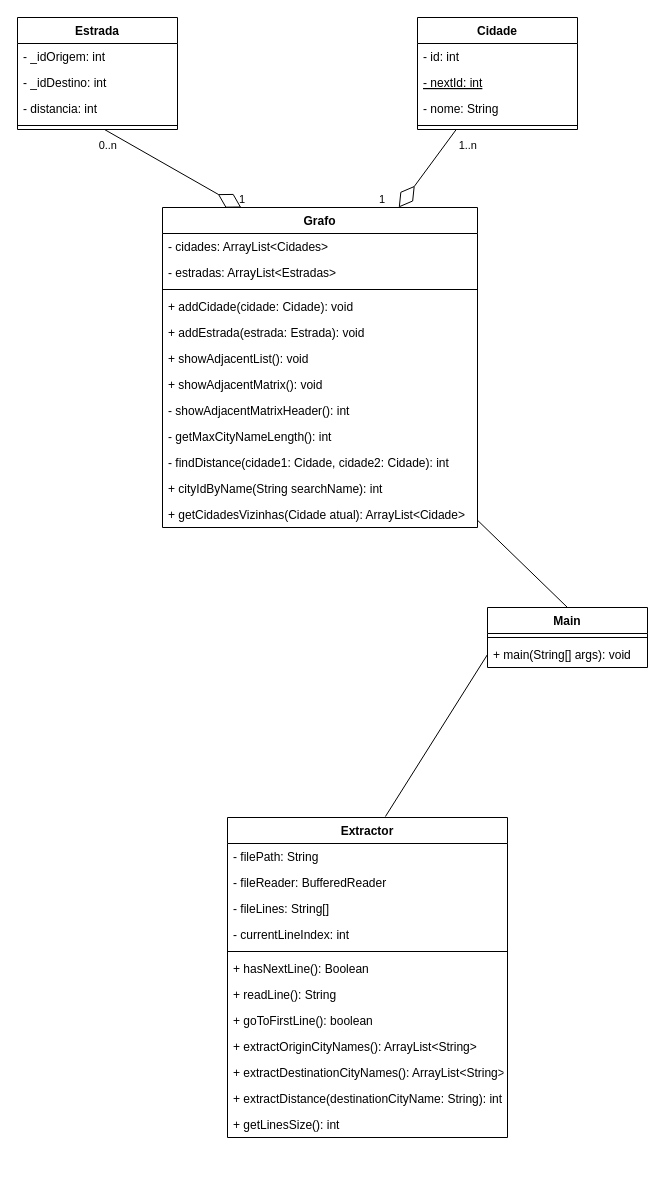
Earlier version of the draw.io diagram docs/diagramas/classDiagram.drawio (puc-aulas/lpm-noite-quarta-pl-PauloRubinger). Source tidied: cells renumbered, new cells numbered last; positions are measured from the earlier drawing's top-left corner, leaving out a move shared by most shapes. Both pictures are drawn from the tidied source at 100%, with x=0, y=0 at pixel (17, 17).
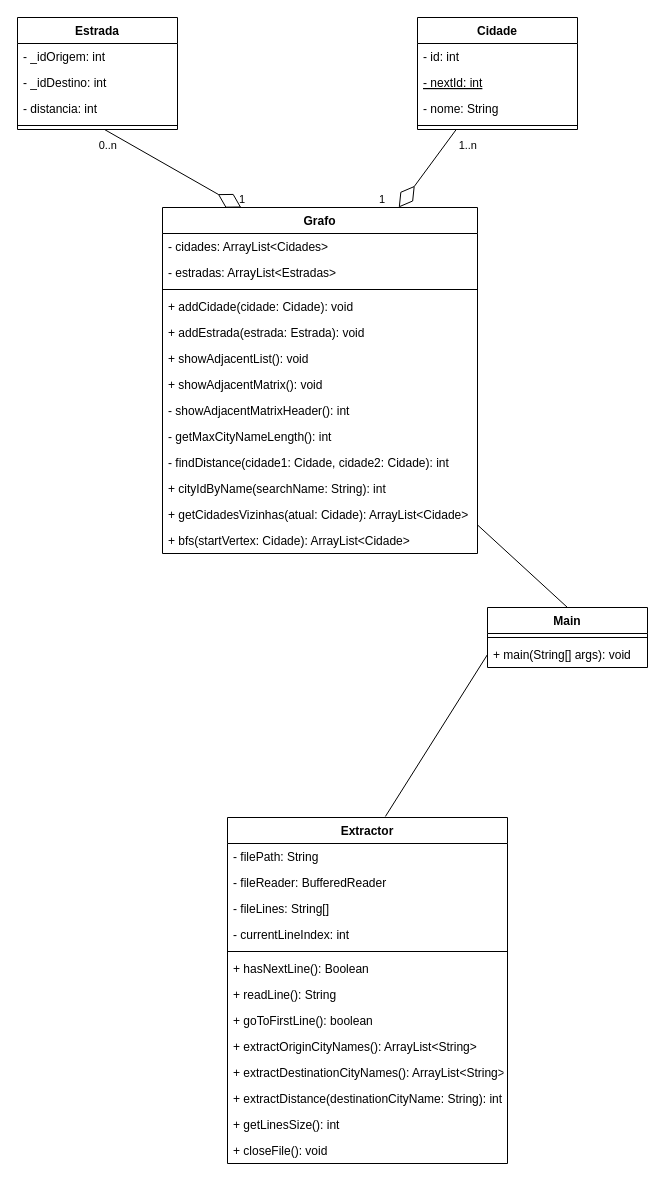
Above is the later version.

Commit message (it also covers changes not shown here):
Adicionando método bfs (busca em largura) e atualizando diagrama de classes

The edit, as a diff of the source:
```diff
@@
     <mxCell id="2" value="Grafo" style="swimlane;fontStyle=1;align=center;verticalAlign=top;horizontal=1;startSize=26;" parent="1" vertex="1">
-      <mxGeometry x="145" y="190" width="315" height="320" as="geometry" />
+      <mxGeometry x="145" y="190" width="315" height="346" as="geometry" />
     </mxCell>
@@
-    <mxCell id="13" value="+ cityIdByName(String searchName): int" style="text;strokeColor=none;fillColor=none;align=left;verticalAlign=top;spacingLeft=4;spacingRight=4;overflow=hidden;" parent="2" vertex="1">
+    <mxCell id="13" value="+ cityIdByName(searchName: String): int" style="text;strokeColor=none;fillColor=none;align=left;verticalAlign=top;spacingLeft=4;spacingRight=4;overflow=hidden;" parent="2" vertex="1">
       <mxGeometry y="268" width="315" height="26" as="geometry" />
     </mxCell>
+    <mxCell id="49" value="+ getCidadesVizinhas(atual: Cidade): ArrayList&lt;Cidade&gt;" style="text;strokeColor=none;fillColor=none;align=left;verticalAlign=top;spacingLeft=4;spacingRight=4;overflow=hidden;" parent="2" vertex="1">
+      <mxGeometry y="294" width="315" height="26" as="geometry" />
+    </mxCell>
-    <mxCell id="14" value="+ getCidadesVizinhas(Cidade atual): ArrayList&lt;Cidade&gt;" style="text;strokeColor=none;fillColor=none;align=left;verticalAlign=top;spacingLeft=4;spacingRight=4;overflow=hidden;" parent="2" vertex="1">
-      <mxGeometry y="294" width="315" height="26" as="geometry" />
+    <mxCell id="14" value="+ bfs(startVertex: Cidade): ArrayList&lt;Cidade&gt;" style="text;strokeColor=none;fillColor=none;align=left;verticalAlign=top;spacingLeft=4;spacingRight=4;overflow=hidden;" parent="2" vertex="1">
+      <mxGeometry y="320" width="315" height="26" as="geometry" />
     </mxCell>
@@
     <mxCell id="28" value="Extractor" style="swimlane;fontStyle=1;align=center;verticalAlign=top;horizontal=1;startSize=26;" parent="1" vertex="1">
-      <mxGeometry x="210" y="800" width="280" height="320" as="geometry" />
+      <mxGeometry x="210" y="800" width="280" height="346" as="geometry" />
     </mxCell>
@@
+    <mxCell id="50" value="+ getLinesSize(): int" style="text;strokeColor=none;fillColor=none;align=left;verticalAlign=top;spacingLeft=4;spacingRight=4;overflow=hidden;" parent="28" vertex="1">
+      <mxGeometry y="294" width="280" height="26" as="geometry" />
+    </mxCell>
-    <mxCell id="40" value="+ getLinesSize(): int" style="text;strokeColor=none;fillColor=none;align=left;verticalAlign=top;spacingLeft=4;spacingRight=4;overflow=hidden;" parent="28" vertex="1">
-      <mxGeometry y="294" width="280" height="26" as="geometry" />
+    <mxCell id="40" value="+ closeFile(): void" style="text;strokeColor=none;fillColor=none;align=left;verticalAlign=top;spacingLeft=4;spacingRight=4;overflow=hidden;" parent="28" vertex="1">
+      <mxGeometry y="320" width="280" height="26" as="geometry" />
     </mxCell>
```
